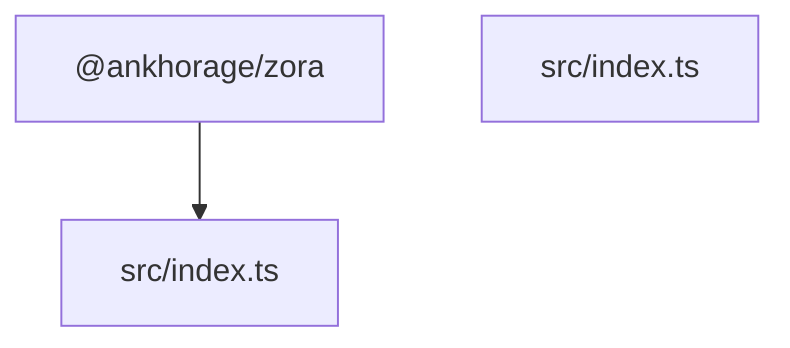
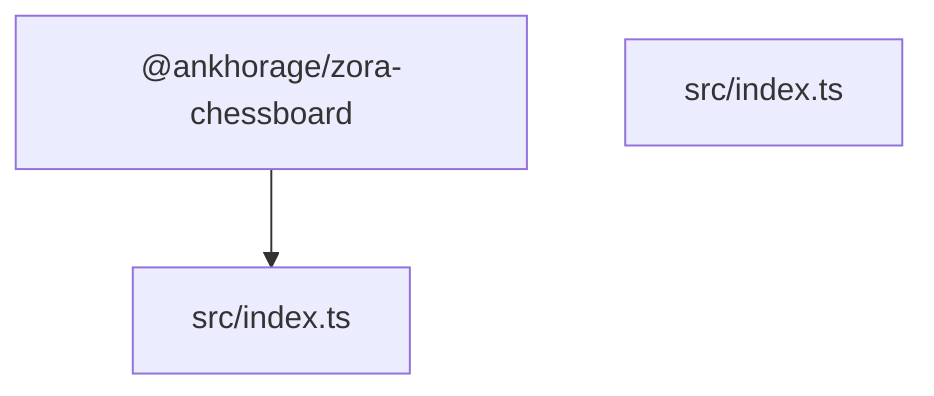
graph TD
-   package__ankhorage_zora_chessboard["@ankhorage/zora"]
+   package__ankhorage_zora_chessboard["@ankhorage/zora-chessboard"]
  entrypoint_src_index_ts["src/index.ts"]
  package__ankhorage_zora_chessboard --> entrypoint_src_index_ts
  module_src_index_ts["src/index.ts"]
